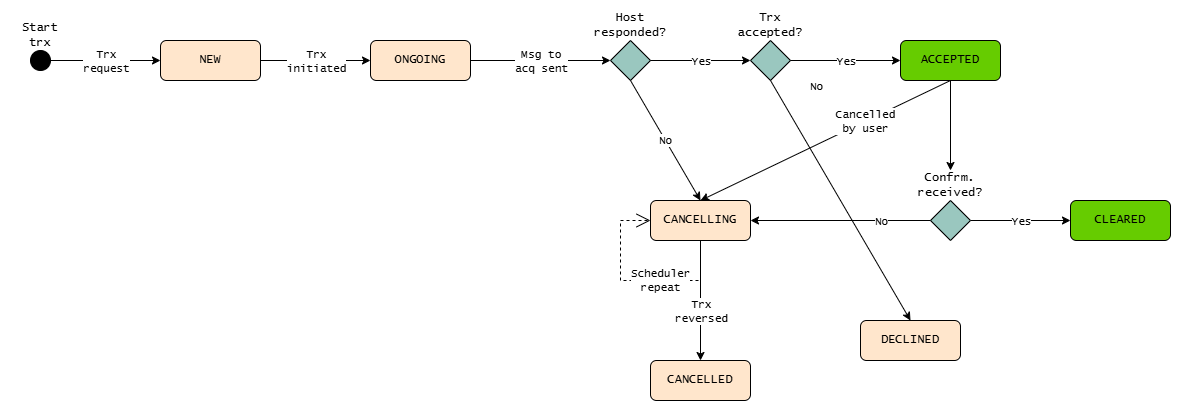
Earlier version of the draw.io export WPI_2_2/Appendix_B_Transaction_Statuses/img/blik.drawio.png (taponmobile/.github). Source tidied: cells renumbered, new cells last; positions are measured from the earlier drawing's top-left corner, leaving out a move shared by most shapes. The source it was exported from:
```xml
<mxGraphModel>
  <root>
    <mxCell id="0" />
    <mxCell id="1" parent="0" />
    <mxCell id="2" style="ellipse;whiteSpace=wrap;html=1;fillColor=#000000;fontFamily=Lucida Console;" parent="1" vertex="1">
      <mxGeometry x="20" y="40" width="20" height="20" as="geometry" />
    </mxCell>
    <mxCell id="3" value="NEW" style="rounded=1;whiteSpace=wrap;html=1;fillColor=#FFE6CC;fontFamily=Lucida Console;" parent="1" vertex="1">
      <mxGeometry x="150" y="30" width="100" height="40" as="geometry" />
    </mxCell>
    <mxCell id="4" value="ACCEPTED" style="rounded=1;whiteSpace=wrap;html=1;fillColor=#66CC00;fontFamily=Lucida Console;" parent="1" vertex="1">
      <mxGeometry x="890" y="30" width="100" height="40" as="geometry" />
    </mxCell>
    <mxCell id="5" value="ONGOING" style="rounded=1;whiteSpace=wrap;html=1;fillColor=#FFE6CC;fontFamily=Lucida Console;" parent="1" vertex="1">
      <mxGeometry x="360" y="30" width="100" height="40" as="geometry" />
    </mxCell>
    <mxCell id="6" value="CANCELLING" style="rounded=1;whiteSpace=wrap;html=1;fillColor=#FFE6CC;fontFamily=Lucida Console;" parent="1" vertex="1">
      <mxGeometry x="640" y="190" width="100" height="40" as="geometry" />
    </mxCell>
    <mxCell id="7" value="CANCELLED" style="rounded=1;whiteSpace=wrap;html=1;fillColor=#FFE6CC;fontFamily=Lucida Console;" parent="1" vertex="1">
      <mxGeometry x="640" y="350" width="100" height="40" as="geometry" />
    </mxCell>
    <mxCell id="8" value="CLEARED" style="rounded=1;whiteSpace=wrap;html=1;fillColor=#66CC00;fontFamily=Lucida Console;" parent="1" vertex="1">
      <mxGeometry x="1060" y="190" width="100" height="40" as="geometry" />
    </mxCell>
    <mxCell id="9" style="rhombus;whiteSpace=wrap;html=1;fillColor=#9AC7BF;fontFamily=Lucida Console;" parent="1" vertex="1">
      <mxGeometry x="600" y="30" width="40" height="40" as="geometry" />
    </mxCell>
    <mxCell id="10" style="rhombus;whiteSpace=wrap;html=1;fillColor=#9AC7BF;fontFamily=Lucida Console;" parent="1" vertex="1">
      <mxGeometry x="740" y="30" width="40" height="40" as="geometry" />
    </mxCell>
    <mxCell id="11" value="Start trx" style="text;html=1;whiteSpace=wrap;strokeColor=none;fillColor=none;align=center;verticalAlign=middle;rounded=0;fontFamily=Lucida Console;" parent="1" vertex="1">
      <mxGeometry y="10" width="60" height="30" as="geometry" />
    </mxCell>
    <mxCell id="12" style="endArrow=classic;html=1;rounded=0;exitX=1;exitY=0.5;exitDx=0;exitDy=0;entryX=0;entryY=0.5;entryDx=0;entryDy=0;fontFamily=Lucida Console;" parent="1" edge="1" source="2" target="3">
      <mxGeometry relative="1" as="geometry" />
    </mxCell>
    <mxCell id="13" value="Trx&lt;br&gt;request" style="edgeLabel;html=1;align=center;verticalAlign=middle;fontFamily=Lucida Console;" parent="12" vertex="1">
      <mxGeometry relative="1" as="geometry" />
    </mxCell>
    <mxCell id="14" style="endArrow=classic;html=1;rounded=0;exitX=1;exitY=0.5;exitDx=0;exitDy=0;entryX=0;entryY=0.5;entryDx=0;entryDy=0;fontFamily=Lucida Console;" parent="1" edge="1" source="3" target="5">
      <mxGeometry relative="1" as="geometry" />
    </mxCell>
    <mxCell id="15" value="Trx&lt;br&gt;initiated" style="edgeLabel;html=1;align=center;verticalAlign=middle;fontFamily=Lucida Console;" parent="14" vertex="1">
      <mxGeometry relative="1" as="geometry" />
    </mxCell>
    <mxCell id="16" style="endArrow=classic;html=1;rounded=0;exitX=1;exitY=0.5;exitDx=0;exitDy=0;entryX=0;entryY=0.5;entryDx=0;entryDy=0;fontFamily=Lucida Console;" parent="1" edge="1" source="5" target="9">
      <mxGeometry relative="1" as="geometry" />
    </mxCell>
    <mxCell id="17" value="Msg to&lt;br&gt;acq sent" style="edgeLabel;align=center;verticalAlign=middle;fontFamily=Lucida Console;html=1;" parent="16" vertex="1">
      <mxGeometry relative="1" as="geometry" />
    </mxCell>
    <mxCell id="18" style="endArrow=classic;html=1;rounded=0;exitX=1;exitY=0.5;exitDx=0;exitDy=0;entryX=0;entryY=0.5;entryDx=0;entryDy=0;fontFamily=Lucida Console;" parent="1" edge="1" source="9" target="10">
      <mxGeometry relative="1" as="geometry" />
    </mxCell>
    <mxCell id="19" value="Yes" style="edgeLabel;html=1;align=center;verticalAlign=middle;fontFamily=Lucida Console;" parent="18" vertex="1">
      <mxGeometry relative="1" as="geometry" />
    </mxCell>
    <mxCell id="20" style="endArrow=classic;html=1;rounded=0;exitX=1;exitY=0.5;exitDx=0;exitDy=0;entryX=0;entryY=0.5;entryDx=0;entryDy=0;fontFamily=Lucida Console;" parent="1" edge="1" source="10" target="4">
      <mxGeometry relative="1" as="geometry" />
    </mxCell>
    <mxCell id="21" value="Yes" style="edgeLabel;html=1;align=center;verticalAlign=middle;fontFamily=Lucida Console;" parent="20" vertex="1">
      <mxGeometry relative="1" as="geometry" />
    </mxCell>
    <mxCell id="22" value="Host&lt;br&gt;responded?" style="text;html=1;whiteSpace=wrap;strokeColor=none;fillColor=none;align=center;verticalAlign=middle;rounded=0;fontFamily=Lucida Console;" parent="1" vertex="1">
      <mxGeometry x="590" width="60" height="30" as="geometry" />
    </mxCell>
    <mxCell id="23" value="Trx accepted?" style="text;html=1;whiteSpace=wrap;strokeColor=none;fillColor=none;align=center;verticalAlign=middle;rounded=0;fontFamily=Lucida Console;" parent="1" vertex="1">
      <mxGeometry x="730" width="60" height="30" as="geometry" />
    </mxCell>
    <mxCell id="24" style="endArrow=classic;html=1;rounded=0;exitX=0.5;exitY=1;exitDx=0;exitDy=0;entryX=0.5;entryY=0;entryDx=0;entryDy=0;fontFamily=Lucida Console;" parent="1" edge="1" source="9" target="6">
      <mxGeometry relative="1" as="geometry" />
    </mxCell>
    <mxCell id="25" value="No" style="edgeLabel;html=1;align=center;verticalAlign=middle;fontFamily=Lucida Console;" parent="24" vertex="1">
      <mxGeometry relative="1" as="geometry" />
    </mxCell>
    <mxCell id="26" style="endArrow=classic;html=1;rounded=0;exitX=0.5;exitY=1;exitDx=0;exitDy=0;entryX=0.5;entryY=0;entryDx=0;entryDy=0;fontFamily=Lucida Console;" parent="1" edge="1" source="6" target="7">
      <mxGeometry relative="1" as="geometry" />
    </mxCell>
    <mxCell id="27" value="Trx&lt;br&gt;reversed" style="edgeLabel;html=1;align=center;verticalAlign=middle;fontFamily=Lucida Console;" parent="26" vertex="1">
      <mxGeometry relative="1" as="geometry">
        <mxPoint y="10" as="offset" />
      </mxGeometry>
    </mxCell>
    <mxCell id="28" style="endArrow=classic;html=1;rounded=0;exitX=0.5;exitY=1;exitDx=0;exitDy=0;entryX=0.5;entryY=0;entryDx=0;entryDy=0;fontFamily=Lucida Console;" parent="1" edge="1" source="4" target="6">
      <mxGeometry relative="1" as="geometry" />
    </mxCell>
    <mxCell id="29" value="Cancelled&lt;br&gt;by user" style="edgeLabel;html=1;align=center;verticalAlign=middle;fontFamily=Lucida Console;" parent="28" vertex="1">
      <mxGeometry relative="1" as="geometry">
        <mxPoint x="40" y="-20" as="offset" />
      </mxGeometry>
    </mxCell>
    <mxCell id="30" value="DECLINED" style="rounded=1;whiteSpace=wrap;html=1;fillColor=#FFE6CC;fontFamily=Lucida Console;" parent="1" vertex="1">
      <mxGeometry x="850" y="310" width="100" height="40" as="geometry" />
    </mxCell>
    <mxCell id="31" style="endArrow=classic;html=1;rounded=0;exitX=0.5;exitY=1;exitDx=0;exitDy=0;entryX=0.5;entryY=0;entryDx=0;entryDy=0;fontFamily=Lucida Console;" parent="1" edge="1" source="10" target="30">
      <mxGeometry relative="1" as="geometry" />
    </mxCell>
    <mxCell id="32" value="No" style="edgeLabel;html=1;align=center;verticalAlign=middle;fontFamily=Lucida Console;" parent="31" vertex="1">
      <mxGeometry relative="1" as="geometry">
        <mxPoint x="-25" y="-115" as="offset" />
      </mxGeometry>
    </mxCell>
    <mxCell id="33" style="endArrow=classic;html=1;rounded=0;exitX=1;exitY=0.5;exitDx=0;exitDy=0;entryX=0;entryY=0.5;entryDx=0;entryDy=0;fontFamily=Lucida Console;" parent="1" edge="1" source="35" target="8">
      <mxGeometry relative="1" as="geometry" />
    </mxCell>
    <mxCell id="34" value="Yes" style="edgeLabel;html=1;align=center;verticalAlign=middle;fontFamily=Lucida Console;" parent="33" vertex="1">
      <mxGeometry relative="1" as="geometry" />
    </mxCell>
    <mxCell id="35" style="rhombus;whiteSpace=wrap;html=1;fillColor=#9AC7BF;fontFamily=Lucida Console;" parent="1" vertex="1">
      <mxGeometry x="920" y="190" width="40" height="40" as="geometry" />
    </mxCell>
    <mxCell id="36" value="&lt;font&gt;Confrm.&lt;br&gt;received?&lt;/font&gt;" style="text;html=1;whiteSpace=wrap;strokeColor=none;fillColor=none;align=center;verticalAlign=middle;rounded=0;fontFamily=Lucida Console;" parent="1" vertex="1">
      <mxGeometry x="910" y="160" width="60" height="30" as="geometry" />
    </mxCell>
    <mxCell id="37" style="endArrow=classic;html=1;rounded=0;exitX=0.5;exitY=1;exitDx=0;exitDy=0;entryX=0.5;entryY=0;entryDx=0;entryDy=0;fontFamily=Lucida Console;" parent="1" edge="1" source="4" target="36">
      <mxGeometry relative="1" as="geometry" />
    </mxCell>
    <mxCell id="38" style="endArrow=classic;html=1;rounded=0;exitX=0;exitY=0.5;exitDx=0;exitDy=0;entryX=1;entryY=0.5;entryDx=0;entryDy=0;fontFamily=Lucida Console;" parent="1" edge="1" source="35" target="6">
      <mxGeometry relative="1" as="geometry" />
    </mxCell>
    <mxCell id="39" value="No" style="edgeLabel;html=1;align=center;verticalAlign=middle;fontFamily=Lucida Console;" parent="38" vertex="1">
      <mxGeometry relative="1" as="geometry">
        <mxPoint x="40" as="offset" />
      </mxGeometry>
    </mxCell>
    <mxCell id="40" value="&lt;font face=&quot;Lucida Console&quot;&gt;Scheduler&lt;br&gt;repeat&lt;/font&gt;" style="endArrow=open;endSize=12;dashed=1;html=1;rounded=0;exitX=0.5;exitY=1;exitDx=0;exitDy=0;entryX=0;entryY=0.5;entryDx=0;entryDy=0;" parent="1" edge="1">
      <mxGeometry x="-0.24" relative="1" as="geometry">
        <mxPoint x="690" y="230" as="sourcePoint" />
        <mxPoint x="640" y="210" as="targetPoint" />
        <Array as="points">
          <mxPoint x="690" y="270" />
          <mxPoint x="610" y="270" />
          <mxPoint x="610" y="210" />
        </Array>
      </mxGeometry>
    </mxCell>
  </root>
</mxGraphModel>
```
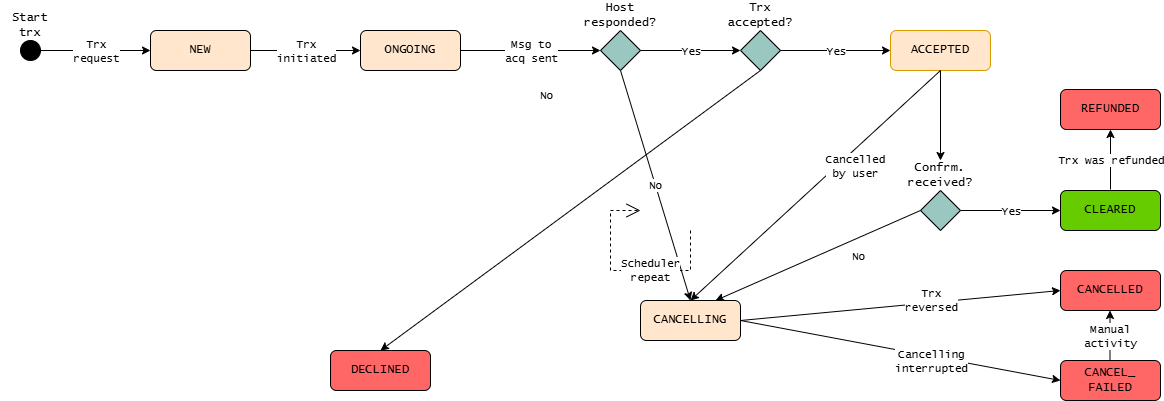
Later version of the same file.

The edit, as a diff of the source:
```diff
@@ -8,18 +8,15 @@
     <mxCell id="3" value="NEW" style="rounded=1;whiteSpace=wrap;html=1;fillColor=#FFE6CC;fontFamily=Lucida Console;" parent="1" vertex="1">
       <mxGeometry x="150" y="30" width="100" height="40" as="geometry" />
     </mxCell>
-    <mxCell id="4" value="ACCEPTED" style="rounded=1;whiteSpace=wrap;html=1;fillColor=#66CC00;fontFamily=Lucida Console;" parent="1" vertex="1">
+    <mxCell id="4" value="ACCEPTED" style="rounded=1;whiteSpace=wrap;html=1;fillColor=#ffe6cc;fontFamily=Lucida Console;strokeColor=#d79b00;" parent="1" vertex="1">
       <mxGeometry x="890" y="30" width="100" height="40" as="geometry" />
     </mxCell>
     <mxCell id="5" value="ONGOING" style="rounded=1;whiteSpace=wrap;html=1;fillColor=#FFE6CC;fontFamily=Lucida Console;" parent="1" vertex="1">
       <mxGeometry x="360" y="30" width="100" height="40" as="geometry" />
     </mxCell>
     <mxCell id="6" value="CANCELLING" style="rounded=1;whiteSpace=wrap;html=1;fillColor=#FFE6CC;fontFamily=Lucida Console;" parent="1" vertex="1">
-      <mxGeometry x="640" y="190" width="100" height="40" as="geometry" />
+      <mxGeometry x="640" y="300" width="100" height="40" as="geometry" />
     </mxCell>
-    <mxCell id="7" value="CANCELLED" style="rounded=1;whiteSpace=wrap;html=1;fillColor=#FFE6CC;fontFamily=Lucida Console;" parent="1" vertex="1">
-      <mxGeometry x="640" y="350" width="100" height="40" as="geometry" />
-    </mxCell>
     <mxCell id="8" value="CLEARED" style="rounded=1;whiteSpace=wrap;html=1;fillColor=#66CC00;fontFamily=Lucida Console;" parent="1" vertex="1">
       <mxGeometry x="1060" y="190" width="100" height="40" as="geometry" />
     </mxCell>
@@ -74,14 +71,6 @@
     <mxCell id="25" value="No" style="edgeLabel;html=1;align=center;verticalAlign=middle;fontFamily=Lucida Console;" parent="24" vertex="1">
       <mxGeometry relative="1" as="geometry" />
     </mxCell>
-    <mxCell id="26" style="endArrow=classic;html=1;rounded=0;exitX=0.5;exitY=1;exitDx=0;exitDy=0;entryX=0.5;entryY=0;entryDx=0;entryDy=0;fontFamily=Lucida Console;" parent="1" edge="1" source="6" target="7">
-      <mxGeometry relative="1" as="geometry" />
-    </mxCell>
-    <mxCell id="27" value="Trx&lt;br&gt;reversed" style="edgeLabel;html=1;align=center;verticalAlign=middle;fontFamily=Lucida Console;" parent="26" vertex="1">
-      <mxGeometry relative="1" as="geometry">
-        <mxPoint y="10" as="offset" />
-      </mxGeometry>
-    </mxCell>
     <mxCell id="28" style="endArrow=classic;html=1;rounded=0;exitX=0.5;exitY=1;exitDx=0;exitDy=0;entryX=0.5;entryY=0;entryDx=0;entryDy=0;fontFamily=Lucida Console;" parent="1" edge="1" source="4" target="6">
       <mxGeometry relative="1" as="geometry" />
     </mxCell>
@@ -90,8 +79,8 @@
         <mxPoint x="40" y="-20" as="offset" />
       </mxGeometry>
     </mxCell>
-    <mxCell id="30" value="DECLINED" style="rounded=1;whiteSpace=wrap;html=1;fillColor=#FFE6CC;fontFamily=Lucida Console;" parent="1" vertex="1">
-      <mxGeometry x="850" y="310" width="100" height="40" as="geometry" />
+    <mxCell id="30" value="DECLINED" style="rounded=1;whiteSpace=wrap;html=1;fillColor=light-dark(#FF6666,#36210A);fontFamily=Lucida Console;" parent="1" vertex="1">
+      <mxGeometry x="330" y="350" width="100" height="40" as="geometry" />
     </mxCell>
     <mxCell id="31" style="endArrow=classic;html=1;rounded=0;exitX=0.5;exitY=1;exitDx=0;exitDy=0;entryX=0.5;entryY=0;entryDx=0;entryDy=0;fontFamily=Lucida Console;" parent="1" edge="1" source="10" target="30">
       <mxGeometry relative="1" as="geometry" />
@@ -116,7 +105,7 @@
     <mxCell id="37" style="endArrow=classic;html=1;rounded=0;exitX=0.5;exitY=1;exitDx=0;exitDy=0;entryX=0.5;entryY=0;entryDx=0;entryDy=0;fontFamily=Lucida Console;" parent="1" edge="1" source="4" target="36">
       <mxGeometry relative="1" as="geometry" />
     </mxCell>
-    <mxCell id="38" style="endArrow=classic;html=1;rounded=0;exitX=0;exitY=0.5;exitDx=0;exitDy=0;entryX=1;entryY=0.5;entryDx=0;entryDy=0;fontFamily=Lucida Console;" parent="1" edge="1" source="35" target="6">
+    <mxCell id="38" style="endArrow=classic;html=1;rounded=0;exitX=0;exitY=0.5;exitDx=0;exitDy=0;entryX=0.75;entryY=0;entryDx=0;entryDy=0;fontFamily=Lucida Console;" parent="1" edge="1" source="35" target="6">
       <mxGeometry relative="1" as="geometry" />
     </mxCell>
     <mxCell id="39" value="No" style="edgeLabel;html=1;align=center;verticalAlign=middle;fontFamily=Lucida Console;" parent="38" vertex="1">
@@ -135,5 +124,47 @@
         </Array>
       </mxGeometry>
     </mxCell>
+    <mxCell id="41" value="CANCEL_&lt;br&gt;FAILED" style="rounded=1;whiteSpace=wrap;html=1;fillColor=#FF6666;fontFamily=Lucida Console;" parent="1" vertex="1">
+      <mxGeometry x="1060" y="360" width="100" height="40" as="geometry" />
+    </mxCell>
+    <mxCell id="7" value="CANCELLED" style="rounded=1;whiteSpace=wrap;html=1;fillColor=#FF6666;fontFamily=Lucida Console;" parent="1" vertex="1">
+      <mxGeometry x="1060" y="270" width="100" height="40" as="geometry" />
+    </mxCell>
+    <mxCell id="26" style="endArrow=classic;html=1;rounded=0;exitX=1;exitY=0.5;exitDx=0;exitDy=0;entryX=0;entryY=0.5;entryDx=0;entryDy=0;fontFamily=Lucida Console;" parent="1" edge="1" source="6" target="7">
+      <mxGeometry relative="1" as="geometry" />
+    </mxCell>
+    <mxCell id="27" value="Trx&lt;br&gt;reversed" style="edgeLabel;html=1;align=center;verticalAlign=middle;fontFamily=Lucida Console;" parent="26" vertex="1">
+      <mxGeometry relative="1" as="geometry">
+        <mxPoint x="30" y="-5" as="offset" />
+      </mxGeometry>
+    </mxCell>
+    <mxCell id="42" style="endArrow=classic;html=1;rounded=0;exitX=1;exitY=0.5;exitDx=0;exitDy=0;entryX=0;entryY=0.5;entryDx=0;entryDy=0;fontFamily=Lucida Console;" parent="1" edge="1" source="6" target="41">
+      <mxGeometry relative="1" as="geometry" />
+    </mxCell>
+    <mxCell id="43" value="Cancelling&lt;br&gt;interrupted" style="edgeLabel;html=1;align=center;verticalAlign=middle;fontFamily=Lucida Console;" parent="42" vertex="1">
+      <mxGeometry relative="1" as="geometry">
+        <mxPoint x="30" y="10" as="offset" />
+      </mxGeometry>
+    </mxCell>
+    <mxCell id="44" style="endArrow=classic;html=1;rounded=0;exitX=0.5;exitY=0;exitDx=0;exitDy=0;entryX=0.5;entryY=1;entryDx=0;entryDy=0;fontFamily=Lucida Console;" parent="1" edge="1">
+      <mxGeometry relative="1" as="geometry">
+        <mxPoint x="1109.5" y="360" as="sourcePoint" />
+        <mxPoint x="1109.5" y="310" as="targetPoint" />
+      </mxGeometry>
+    </mxCell>
+    <mxCell id="45" value="Manual&lt;br&gt;activity" style="edgeLabel;html=1;align=center;verticalAlign=middle;fontFamily=Lucida Console;" parent="44" vertex="1">
+      <mxGeometry relative="1" as="geometry" />
+    </mxCell>
+    <mxCell id="46" value="REFUNDED" style="rounded=1;whiteSpace=wrap;html=1;fillColor=#FF6666;fontFamily=Lucida Console;" parent="1" vertex="1">
+      <mxGeometry x="1060" y="89" width="100" height="40" as="geometry" />
+    </mxCell>
+    <mxCell id="47" style="endArrow=classic;html=1;rounded=0;exitX=0.5;exitY=0;exitDx=0;exitDy=0;entryX=0.5;entryY=1;entryDx=0;entryDy=0;fontFamily=Lucida Console;" parent="1" edge="1" target="46">
+      <mxGeometry relative="1" as="geometry">
+        <mxPoint x="1110" y="189" as="sourcePoint" />
+      </mxGeometry>
+    </mxCell>
+    <mxCell id="48" value="Trx was refunded" style="edgeLabel;html=1;align=center;verticalAlign=middle;fontFamily=Lucida Console;" parent="47" vertex="1">
+      <mxGeometry relative="1" as="geometry" />
+    </mxCell>
   </root>
 </mxGraphModel>
```
